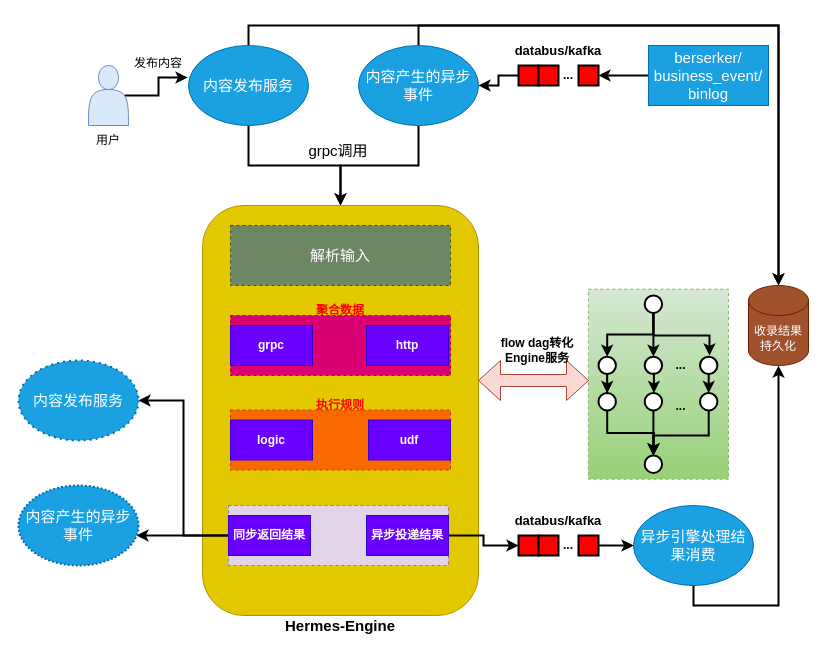
smartcharles/tech_draw keeps this draw.io diagram as 收录业务系统架构.drawio. Above is the earlier version. Source tidied: cells renumbered, new cells numbered last; positions are measured from the earlier drawing's top-left corner, leaving out a move shared by most shapes. Both pictures are drawn from the tidied source at 100%, with x=0, y=0 at pixel (18, 35).
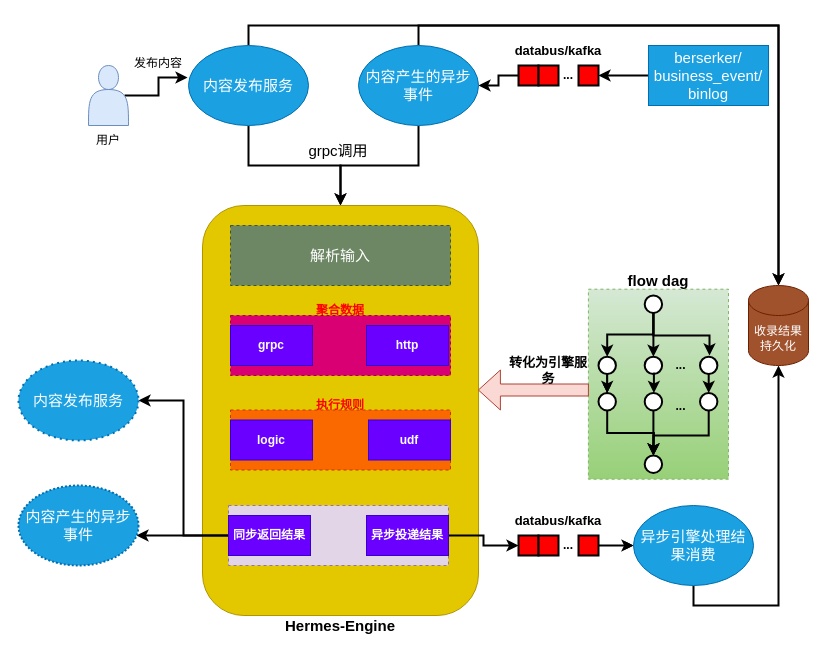
The same diagram, later.

Commit message (it also covers changes not shown here):
更新收录业务系统架构.drawio

What changed in the source:
```diff
@@
-    <mxCell id="76" style="shape=doubleArrow;whiteSpace=wrap;html=1;fillColor=#fad9d5;strokeColor=#ae4132;" parent="1" vertex="1">
-      <mxGeometry x="460" y="325" width="110" height="40" as="geometry" />
-    </mxCell>
-    <mxCell id="77" value="&lt;b&gt;flow dag转化Engine服务&lt;/b&gt;" style="text;strokeColor=none;align=center;fillColor=none;html=1;verticalAlign=middle;whiteSpace=wrap;rounded=0;" parent="1" vertex="1">
-      <mxGeometry x="464" y="290" width="110" height="50" as="geometry" />
+    <mxCell id="77" value="&lt;b&gt;&lt;font style=&quot;font-size: 15px;&quot;&gt;flow dag&lt;/font&gt;&lt;/b&gt;" style="text;strokeColor=none;align=center;fillColor=none;html=1;verticalAlign=middle;whiteSpace=wrap;rounded=0;" parent="1" vertex="1">
+      <mxGeometry x="585" y="220" width="110" height="50" as="geometry" />
     </mxCell>
+    <mxCell id="78" style="shape=singleArrow;direction=west;whiteSpace=wrap;html=1;fillColor=#fad9d5;strokeColor=#ae4132;" parent="1" vertex="1">
+      <mxGeometry x="459.9" y="334.5" width="110" height="40" as="geometry" />
+    </mxCell>
+    <mxCell id="79" value="&lt;b&gt;&lt;font style=&quot;font-size: 13px;&quot;&gt;转化为引擎服务&lt;/font&gt;&lt;/b&gt;" style="text;strokeColor=none;align=center;fillColor=none;html=1;verticalAlign=middle;whiteSpace=wrap;rounded=0;fontSize=12;" parent="1" vertex="1">
+      <mxGeometry x="489.9" y="320" width="80" height="30" as="geometry" />
+    </mxCell>
```
